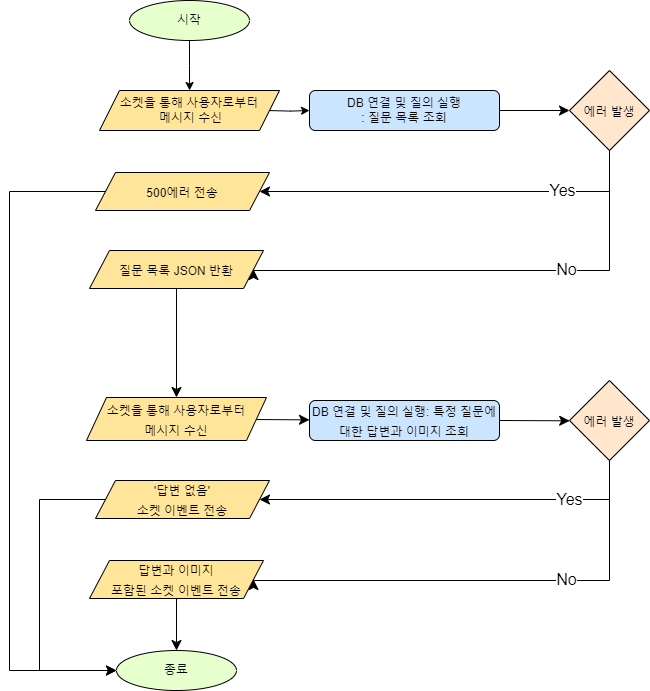
Brazen-Story/mall_chatbot keeps this draw.io diagram as chatbot_FAQ.drawio.png. Above is the earlier version. Source tidied: cells renumbered, new cells last; positions are measured from the earlier drawing's top-left corner, leaving out a move shared by most shapes.
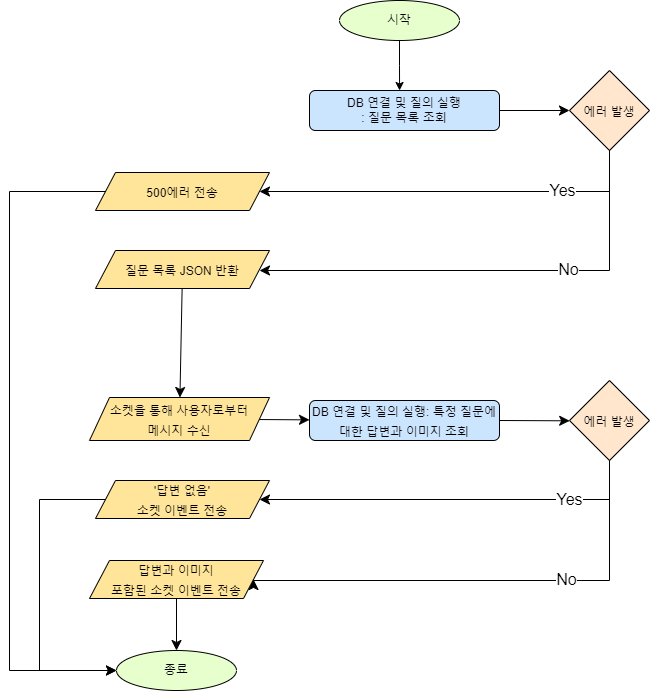
Above is the later version.

The edit, as a diff of the source:
```diff
@@ -4,17 +4,12 @@
     <mxCell id="1" parent="0" />
     <mxCell id="2" style="edgeStyle=orthogonalEdgeStyle;rounded=0;jettySize=auto;html=1;" parent="1" edge="1" source="3">
       <mxGeometry relative="1" as="geometry">
-        <mxPoint x="180.1" y="90" as="targetPoint" />
+        <mxPoint x="390.1" y="90" as="targetPoint" />
       </mxGeometry>
     </mxCell>
     <mxCell id="3" value="시작" style="ellipse;whiteSpace=wrap;html=1;fillColor=#E6FFCC;" parent="1" vertex="1">
-      <mxGeometry x="120" width="120" height="40" as="geometry" />
+      <mxGeometry x="330" width="120" height="40" as="geometry" />
     </mxCell>
-    <mxCell id="4" style="edgeStyle=orthogonalEdgeStyle;rounded=0;jettySize=auto;html=1;" parent="1" edge="1" target="6">
-      <mxGeometry relative="1" as="geometry">
-        <mxPoint x="260" y="110.1" as="sourcePoint" />
-      </mxGeometry>
-    </mxCell>
     <mxCell id="5" style="edgeStyle=none;curved=1;rounded=0;jettySize=auto;html=1;fontSize=12;startSize=8;endSize=8;" parent="1" edge="1" source="6">
       <mxGeometry relative="1" as="geometry">
         <mxPoint x="560" y="110" as="targetPoint" />
@@ -23,9 +18,6 @@
     <mxCell id="6" value="DB 연결 및 질의 실행&lt;br&gt;: 질문 목록 조회" style="rounded=1;whiteSpace=wrap;html=1;fillColor=#CCE5FF;" parent="1" vertex="1">
       <mxGeometry x="300" y="90" width="190" height="40" as="geometry" />
     </mxCell>
-    <mxCell id="7" value="소켓을 통해 사용자로부터&lt;br&gt;&amp;nbsp;메시지 수신" style="shape=parallelogram;perimeter=parallelogramPerimeter;whiteSpace=wrap;html=1;fixedSize=1;fillColor=#FFE599;" parent="1" vertex="1">
-      <mxGeometry x="90" y="90" width="180" height="40" as="geometry" />
-    </mxCell>
     <mxCell id="8" value="&lt;font style=&quot;font-size: 12px;&quot;&gt;500에러 전송&lt;/font&gt;" style="shape=parallelogram;perimeter=parallelogramPerimeter;whiteSpace=wrap;html=1;fixedSize=1;fontSize=16;fillColor=#FFE599;" parent="1" vertex="1">
       <mxGeometry x="86" y="172" width="174" height="38" as="geometry" />
     </mxCell>
@@ -44,9 +36,10 @@
         <mxPoint x="-20" y="-1" as="offset" />
       </mxGeometry>
     </mxCell>
-    <mxCell id="12" style="edgeStyle=elbowEdgeStyle;elbow=vertical;endArrow=classic;html=1;curved=0;rounded=0;endSize=8;startSize=8;fontSize=12;entryX=1;entryY=0.5;entryDx=0;entryDy=0;" parent="1" edge="1" target="15">
+    <mxCell id="12" style="edgeStyle=elbowEdgeStyle;elbow=vertical;endArrow=classic;html=1;curved=0;rounded=0;endSize=8;startSize=8;fontSize=12;" parent="1" edge="1">
       <mxGeometry relative="1" as="geometry">
         <mxPoint x="600" y="150" as="sourcePoint" />
+        <mxPoint x="250" y="270" as="targetPoint" />
         <Array as="points">
           <mxPoint x="451.7" y="270" />
         </Array>
@@ -59,13 +52,13 @@
       <mxGeometry relative="1" as="geometry" />
     </mxCell>
     <mxCell id="15" value="&lt;font style=&quot;font-size: 12px;&quot;&gt;질문 목록 JSON 반환&lt;/font&gt;" style="shape=parallelogram;perimeter=parallelogramPerimeter;whiteSpace=wrap;html=1;fixedSize=1;fontSize=16;fillColor=#FFE599;" parent="1" vertex="1">
-      <mxGeometry x="80" y="250" width="174" height="38" as="geometry" />
+      <mxGeometry x="86" y="250" width="174" height="38" as="geometry" />
     </mxCell>
     <mxCell id="16" style="edgeStyle=none;curved=1;rounded=0;jettySize=auto;html=1;fontSize=12;startSize=8;endSize=8;" parent="1" edge="1" source="17" target="19">
       <mxGeometry relative="1" as="geometry" />
     </mxCell>
     <mxCell id="17" value="&lt;font style=&quot;font-size: 12px;&quot;&gt;소켓을 통해 사용자로부터&lt;br&gt;메시지 수신&lt;br&gt;&lt;/font&gt;" style="shape=parallelogram;perimeter=parallelogramPerimeter;whiteSpace=wrap;html=1;fixedSize=1;fontSize=16;fillColor=#FFE599;" parent="1" vertex="1">
-      <mxGeometry x="77" y="397" width="180" height="43" as="geometry" />
+      <mxGeometry x="80" y="397" width="180" height="43" as="geometry" />
     </mxCell>
     <mxCell id="18" style="edgeStyle=none;curved=1;rounded=0;jettySize=auto;html=1;exitX=1;exitY=0.5;exitDx=0;exitDy=0;fontSize=12;startSize=8;endSize=8;" parent="1" edge="1" source="19">
       <mxGeometry relative="1" as="geometry">
```
